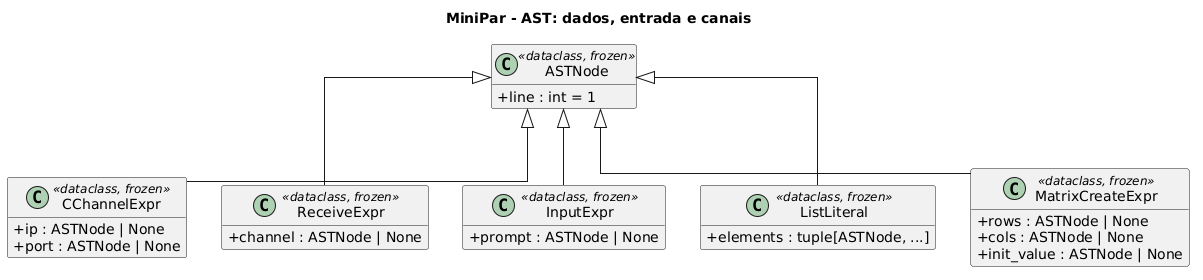
Above: docs/uml/ast_dados_io.png in johnUFAL/minipar-improvement-2026.2 (PlantUML), before the change.
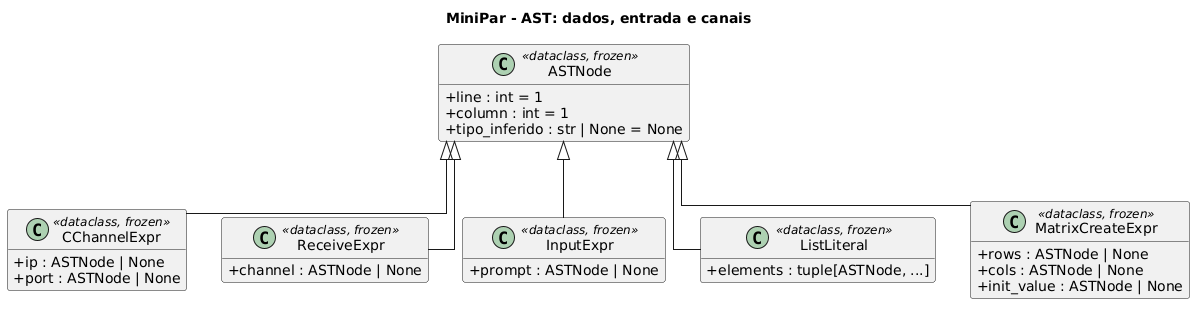
Later version of the same file.

Diff of the diagram source:
```diff
@@ -9,6 +9,8 @@
 
 class ASTNode <<dataclass, frozen>> {
   +line : int = 1
+  +column : int = 1
+  +tipo_inferido : str | None = None
 }
 class CChannelExpr <<dataclass, frozen>> {
   +ip : ASTNode | None
```
